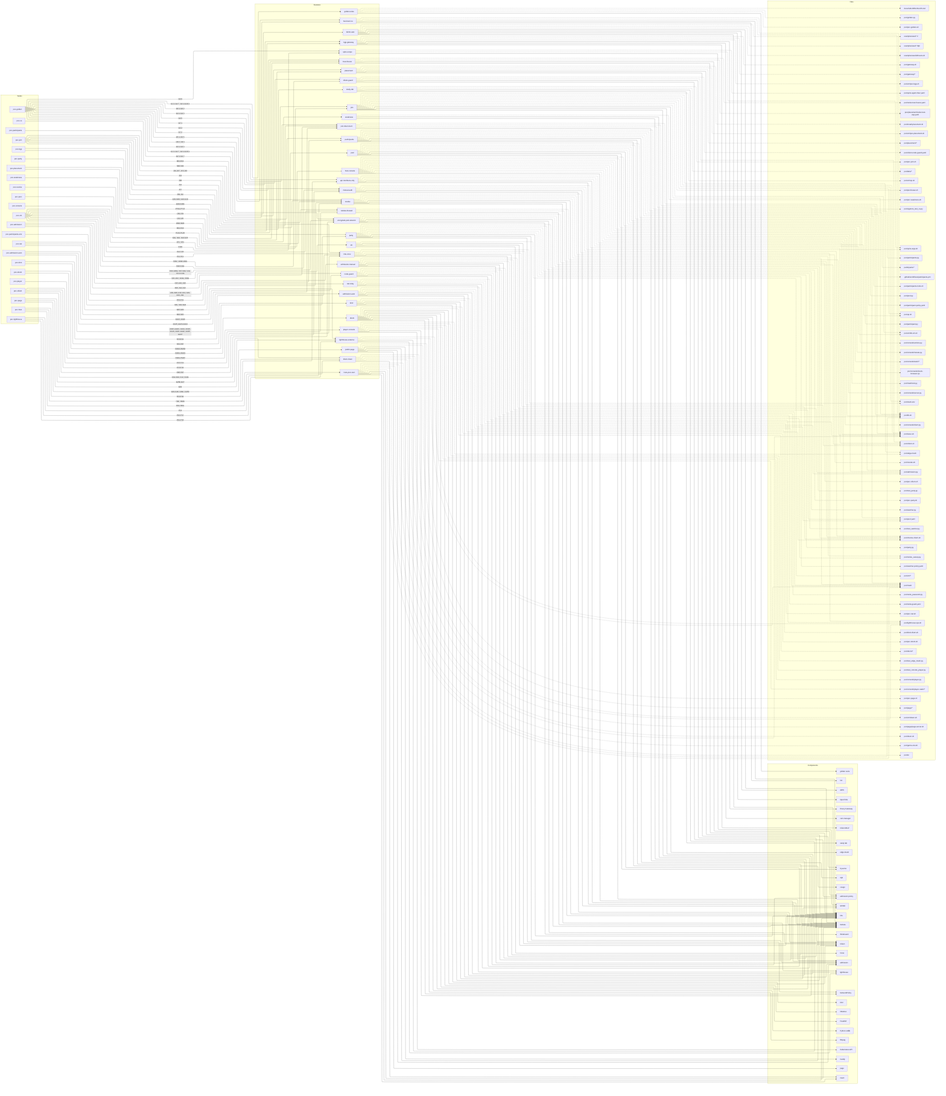
villadalmine/k8s-lan-party keeps this Mermaid diagram as docs/diagrams/features.png. Above is the earlier version. Its source is kept beside it as docs/diagrams/features.mmd.
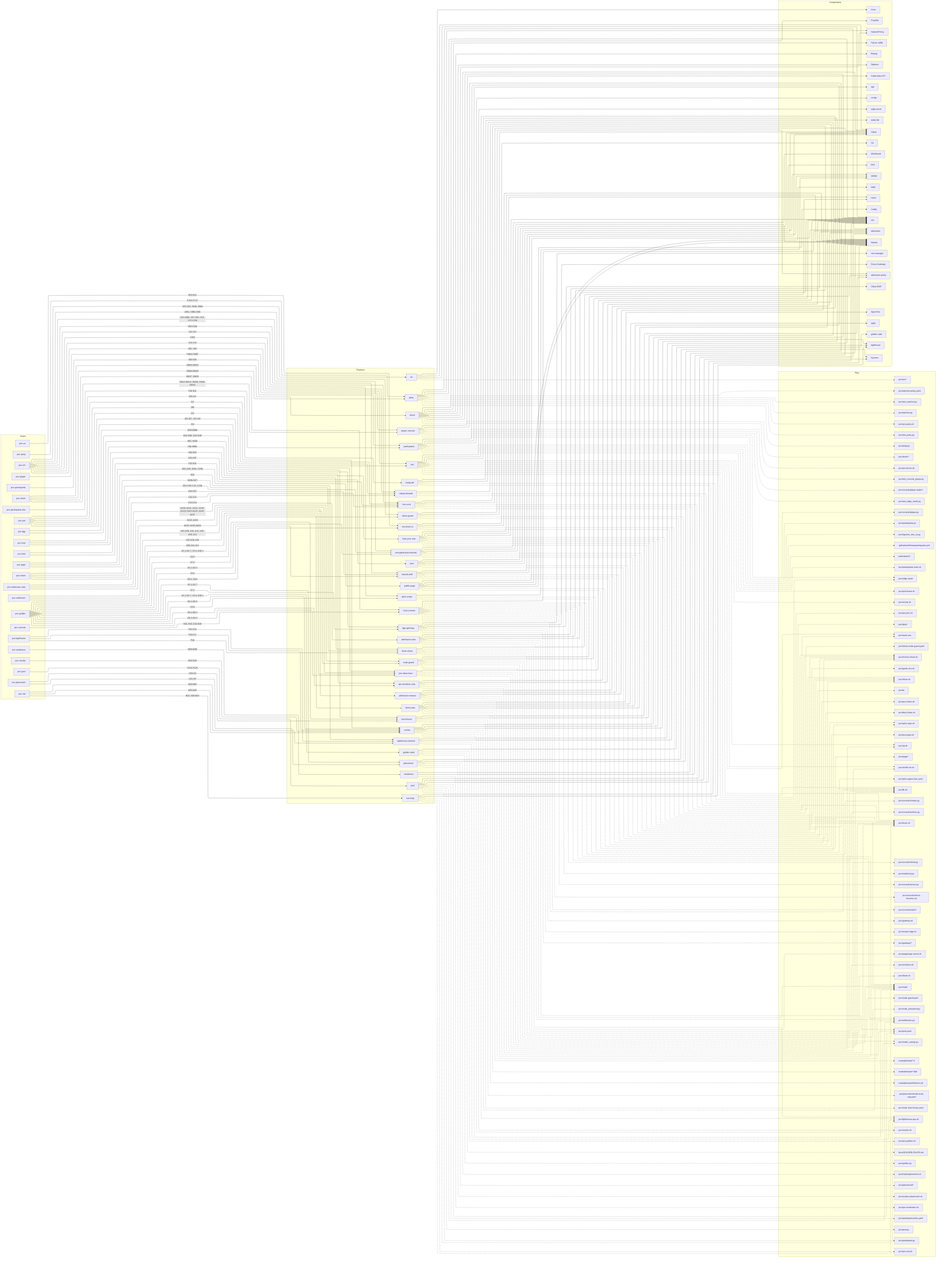
The same file after the commit.

The edit, as a diff of the source:
```diff
@@ -9,10 +9,10 @@
     s_poc_admission["poc-admission"]
     s_poc_admission_auto["poc-admission-auto"]
     s_poc_console["poc-console"]
+    s_poc_doom["poc-doom"]
     s_poc_player["poc-player"]
     s_poc_pool["poc-pool"]
     s_poc_party["poc-party"]
-    s_poc_doom["poc-doom"]
     s_poc_page["poc-page"]
     s_poc_lighthouse["poc-lighthouse"]
     s_poc_nat["poc-nat"]
@@ -251,6 +251,7 @@
   f_admission_auto -.-> p_poc_pool_yaml
   f_admission_auto -.-> p_poc_mesh
   s_poc_console -->|"K01, K02, K10-K26"| f_host_console
+  s_poc_doom -->|"DM27, DM33"| f_host_console
   f_host_console --> c_admission
   f_host_console -.-> p_poc_mesh
   f_host_console -.-> p_poc_lib_sh
@@ -263,6 +264,7 @@
   f_host_console -.-> p_poc_console_static__
   f_host_console -.-> p_poc_admission_py
   s_poc_player -->|"PM01-PM07"| f_player_console
+  s_poc_doom -->|"DM12-DM13, DM16, DM31-DM32"| f_player_console
   f_player_console --> c_Kubernetes_API
   f_player_console --> c_k3s
   f_player_console -.-> p_poc_edge_mesh
```
